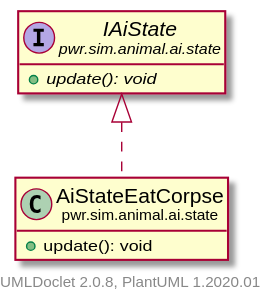
This is pwr/sim/animal/ai/state/AiStateEatCorpse.svg from Bravo555/oop-project, a PlantUML export, as it was before one commit.
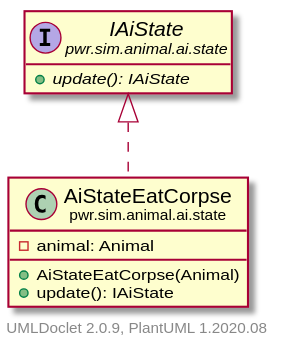
The same diagram one commit later.

Change to the diagram source:
```diff
@@ -4,14 +4,16 @@
     hide empty methods
 
     class "<size:14>AiStateEatCorpse\n<size:10>pwr.sim.animal.ai.state" as pwr.sim.animal.ai.state.AiStateEatCorpse [[AiStateEatCorpse.html]] {
-        +update(): void
+        -animal: Animal
+        +AiStateEatCorpse(Animal)
+        +update(): IAiState
     }
 
     interface "<size:14>IAiState\n<size:10>pwr.sim.animal.ai.state" as pwr.sim.animal.ai.state.IAiState [[IAiState.html]] {
-        {abstract} +update(): void
+        {abstract} +update(): IAiState
     }
 
     pwr.sim.animal.ai.state.IAiState <|.. pwr.sim.animal.ai.state.AiStateEatCorpse
 
-    center footer UMLDoclet 2.0.8, PlantUML 1.2020.01
+    center footer UMLDoclet 2.0.9, PlantUML 1.2020.08
 @enduml
```
